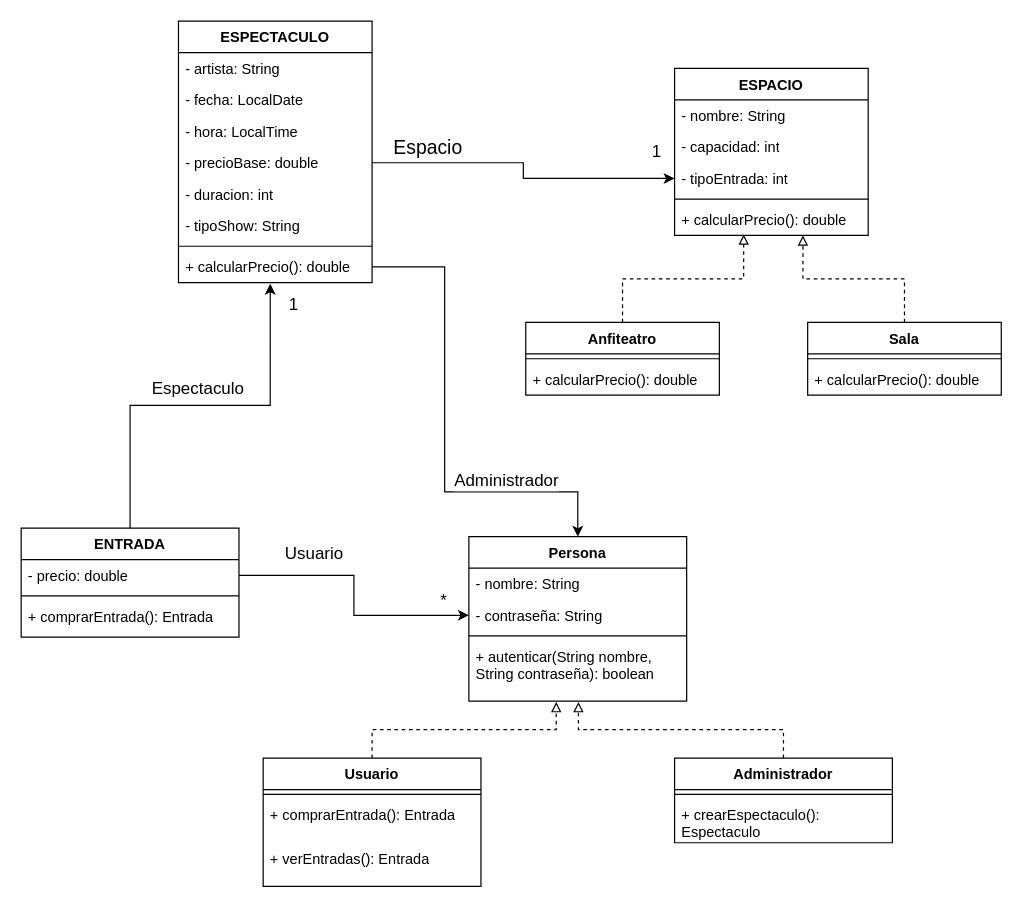
This is src/main/resources/Gestion espectaculos TAP.drawio from JoaSerra/TAP_TP, a draw.io file, before an edit. Source tidied: cells renumbered, new cells numbered last; positions are measured from the earlier drawing's top-left corner, leaving out a move shared by most shapes. Both pictures are drawn from the tidied source at 121%, with x=0, y=0 at pixel (21, 21).
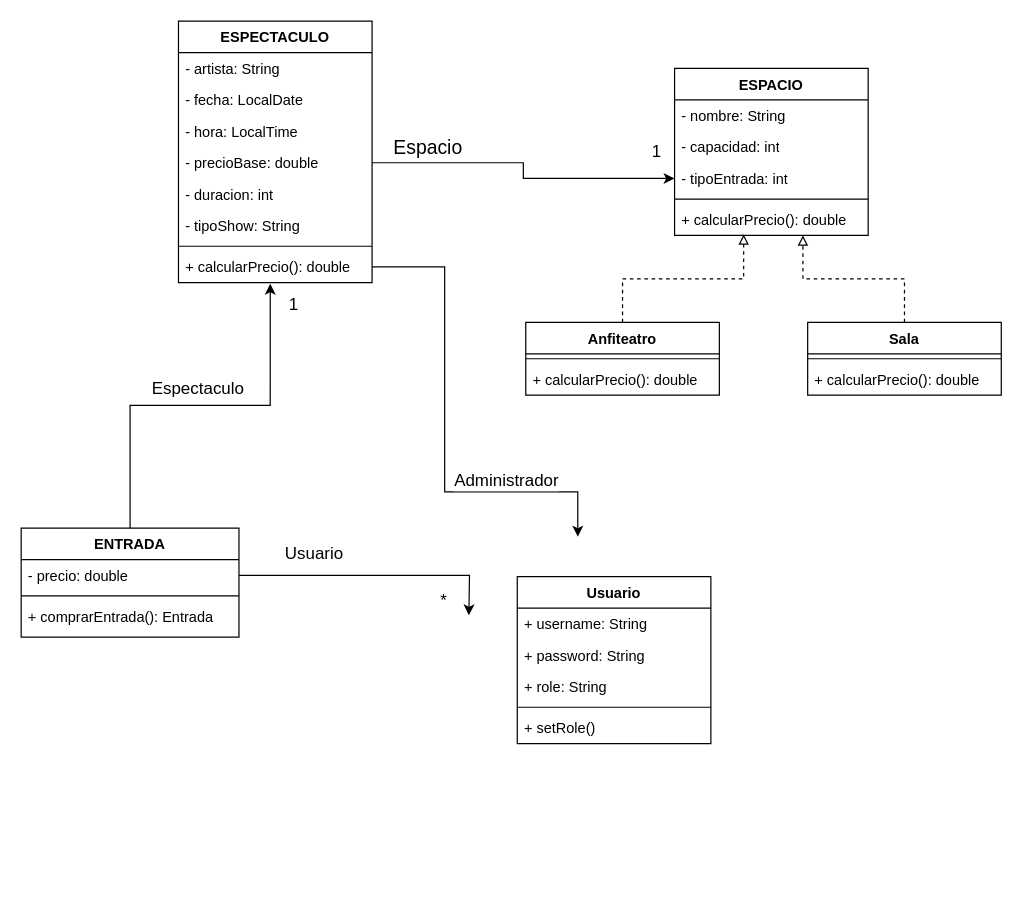
Above is the later version.

The change refers to these unchanged cells:
```xml
<mxCell id="10" value="+ calcularPrecio(): double" style="text;strokeColor=none;fillColor=none;align=left;verticalAlign=top;spacingLeft=4;spacingRight=4;overflow=hidden;points=[[0,0.5],[1,0.5]];portConstraint=eastwest;whiteSpace=wrap;html=1;" parent="2" vertex="1">
  <mxGeometry y="190" width="160" height="26" as="geometry" />
</mxCell>
<mxCell id="31" value="- precio: double" style="text;strokeColor=none;fillColor=none;align=left;verticalAlign=top;spacingLeft=4;spacingRight=4;overflow=hidden;points=[[0,0.5],[1,0.5]];portConstraint=eastwest;whiteSpace=wrap;html=1;" parent="30" vertex="1">
  <mxGeometry y="26" width="180" height="26" as="geometry" />
</mxCell>
```

Diff of the diagram source:
```diff
@@
-    <mxCell id="25" value="Persona" style="swimlane;fontStyle=1;align=center;verticalAlign=top;horizontal=1;startSize=26;whiteSpace=wrap;html=1;" parent="1" vertex="1">
-      <mxGeometry x="370" y="426" width="180" height="136" as="geometry" />
-    </mxCell>
-    <mxCell id="26" value="- nombre: String" style="text;strokeColor=none;fillColor=none;align=left;verticalAlign=top;spacingLeft=4;spacingRight=4;overflow=hidden;whiteSpace=wrap;html=1;" parent="25" vertex="1">
-      <mxGeometry y="26" width="180" height="26" as="geometry" />
-    </mxCell>
-    <mxCell id="27" value="- contraseña: String" style="text;strokeColor=none;fillColor=none;align=left;verticalAlign=top;spacingLeft=4;spacingRight=4;overflow=hidden;points=[[0,0.5],[1,0.5]];portConstraint=eastwest;whiteSpace=wrap;html=1;" parent="25" vertex="1">
-      <mxGeometry y="52" width="180" height="26" as="geometry" />
-    </mxCell>
-    <mxCell id="28" style="line;strokeWidth=1;fillColor=none;align=left;verticalAlign=middle;spacingTop=-1;spacingLeft=3;spacingRight=3;labelPosition=right;strokeColor=inherit;" parent="25" vertex="1">
-      <mxGeometry y="78" width="180" height="8" as="geometry" />
-    </mxCell>
-    <mxCell id="29" value="+ autenticar(String nombre, String contraseña): boolean" style="text;strokeColor=none;fillColor=none;align=left;verticalAlign=top;spacingLeft=4;spacingRight=4;overflow=hidden;points=[[0,0.5],[1,0.5]];portConstraint=eastwest;whiteSpace=wrap;html=1;" parent="25" vertex="1">
-      <mxGeometry y="86" width="180" height="50" as="geometry" />
-    </mxCell>
@@
-    <mxCell id="38" style="edgeStyle=orthogonalEdgeStyle;rounded=0;jettySize=auto;html=1;entryX=0;entryY=0.5;entryDx=0;entryDy=0;" parent="1" edge="1" source="31" target="27">
-      <mxGeometry relative="1" as="geometry" />
+    <mxCell id="38" style="edgeStyle=orthogonalEdgeStyle;rounded=0;jettySize=auto;html=1;entryX=0;entryY=0.5;entryDx=0;entryDy=0;" parent="1" edge="1" source="31">
+      <mxGeometry relative="1" as="geometry">
+        <mxPoint x="370" y="491" as="targetPoint" />
+      </mxGeometry>
     </mxCell>
@@
-    <mxCell id="40" value="Usuario" style="swimlane;fontStyle=1;align=center;verticalAlign=top;horizontal=1;startSize=26;whiteSpace=wrap;html=1;" parent="1" vertex="1">
-      <mxGeometry x="200" y="609" width="180" height="106" as="geometry" />
-    </mxCell>
-    <mxCell id="41" style="line;strokeWidth=1;fillColor=none;align=left;verticalAlign=middle;spacingTop=-1;spacingLeft=3;spacingRight=3;labelPosition=right;strokeColor=inherit;" parent="40" vertex="1">
-      <mxGeometry y="26" width="180" height="8" as="geometry" />
-    </mxCell>
-    <mxCell id="42" value="+ comprarEntrada(): Entrada" style="text;strokeColor=none;fillColor=none;align=left;verticalAlign=top;spacingLeft=4;spacingRight=4;overflow=hidden;whiteSpace=wrap;html=1;" parent="40" vertex="1">
-      <mxGeometry y="34" width="180" height="36" as="geometry" />
-    </mxCell>
-    <mxCell id="43" value="+ verEntradas(): Entrada" style="text;strokeColor=none;fillColor=none;align=left;verticalAlign=top;spacingLeft=4;spacingRight=4;overflow=hidden;whiteSpace=wrap;html=1;" parent="40" vertex="1">
-      <mxGeometry y="70" width="180" height="36" as="geometry" />
-    </mxCell>
-    <mxCell id="44" value="Administrador" style="swimlane;fontStyle=1;align=center;verticalAlign=top;horizontal=1;startSize=26;whiteSpace=wrap;html=1;" parent="1" vertex="1">
-      <mxGeometry x="540" y="609" width="180" height="70" as="geometry" />
-    </mxCell>
-    <mxCell id="45" style="line;strokeWidth=1;fillColor=none;align=left;verticalAlign=middle;spacingTop=-1;spacingLeft=3;spacingRight=3;labelPosition=right;strokeColor=inherit;" parent="44" vertex="1">
-      <mxGeometry y="26" width="180" height="8" as="geometry" />
-    </mxCell>
-    <mxCell id="46" value="+ crearEspectaculo(): Espectaculo" style="text;strokeColor=none;fillColor=none;align=left;verticalAlign=top;spacingLeft=4;spacingRight=4;overflow=hidden;whiteSpace=wrap;html=1;" parent="44" vertex="1">
-      <mxGeometry y="34" width="180" height="36" as="geometry" />
-    </mxCell>
-    <mxCell id="47" style="edgeStyle=orthogonalEdgeStyle;rounded=0;jettySize=auto;html=1;entryX=0.503;entryY=1.012;entryDx=0;entryDy=0;entryPerimeter=0;endArrow=block;endFill=0;dashed=1;" parent="1" edge="1" source="44" target="29">
-      <mxGeometry relative="1" as="geometry" />
-    </mxCell>
-    <mxCell id="48" style="edgeStyle=orthogonalEdgeStyle;rounded=0;jettySize=auto;html=1;entryX=0.401;entryY=1.012;entryDx=0;entryDy=0;entryPerimeter=0;endArrow=block;endFill=0;dashed=1;" parent="1" edge="1" source="40" target="29">
-      <mxGeometry relative="1" as="geometry" />
-    </mxCell>
@@
-    <mxCell id="52" style="edgeStyle=orthogonalEdgeStyle;rounded=0;jettySize=auto;html=1;entryX=0.5;entryY=0;entryDx=0;entryDy=0;" parent="1" edge="1" source="10" target="25">
+    <mxCell id="52" style="edgeStyle=orthogonalEdgeStyle;rounded=0;jettySize=auto;html=1;entryX=0.5;entryY=0;entryDx=0;entryDy=0;" parent="1" edge="1" source="10">
       <mxGeometry relative="1" as="geometry">
+        <mxPoint x="460" y="426" as="targetPoint" />
         <Array as="points">
           <mxPoint x="350" y="203" />
           <mxPoint x="350" y="389" />
           <mxPoint x="460" y="389" />
         </Array>
       </mxGeometry>
     </mxCell>
@@
+    <mxCell id="40" value="Usuario" style="swimlane;fontStyle=1;align=center;verticalAlign=top;horizontal=1;startSize=26;whiteSpace=wrap;html=1;" parent="1" vertex="1">
+      <mxGeometry x="410" y="459" width="160" height="138" as="geometry" />
+    </mxCell>
+    <mxCell id="54" value="+ username: String" style="text;strokeColor=none;fillColor=none;align=left;verticalAlign=top;spacingLeft=4;spacingRight=4;overflow=hidden;whiteSpace=wrap;html=1;" parent="40" vertex="1">
+      <mxGeometry y="26" width="160" height="26" as="geometry" />
+    </mxCell>
+    <mxCell id="55" value="+ password: String" style="text;strokeColor=none;fillColor=none;align=left;verticalAlign=top;spacingLeft=4;spacingRight=4;overflow=hidden;whiteSpace=wrap;html=1;" parent="40" vertex="1">
+      <mxGeometry y="52" width="160" height="26" as="geometry" />
+    </mxCell>
+    <mxCell id="56" value="+ role: String" style="text;strokeColor=none;fillColor=none;align=left;verticalAlign=top;spacingLeft=4;spacingRight=4;overflow=hidden;whiteSpace=wrap;html=1;" parent="40" vertex="1">
+      <mxGeometry y="78" width="160" height="26" as="geometry" />
+    </mxCell>
+    <mxCell id="57" style="line;strokeWidth=1;fillColor=none;align=left;verticalAlign=middle;spacingTop=-1;spacingLeft=3;spacingRight=3;labelPosition=right;strokeColor=inherit;" parent="40" vertex="1">
+      <mxGeometry y="104" width="160" height="8" as="geometry" />
+    </mxCell>
+    <mxCell id="58" value="+ setRole()" style="text;strokeColor=none;fillColor=none;align=left;verticalAlign=top;spacingLeft=4;spacingRight=4;overflow=hidden;whiteSpace=wrap;html=1;" parent="40" vertex="1">
+      <mxGeometry y="112" width="160" height="26" as="geometry" />
+    </mxCell>
```
